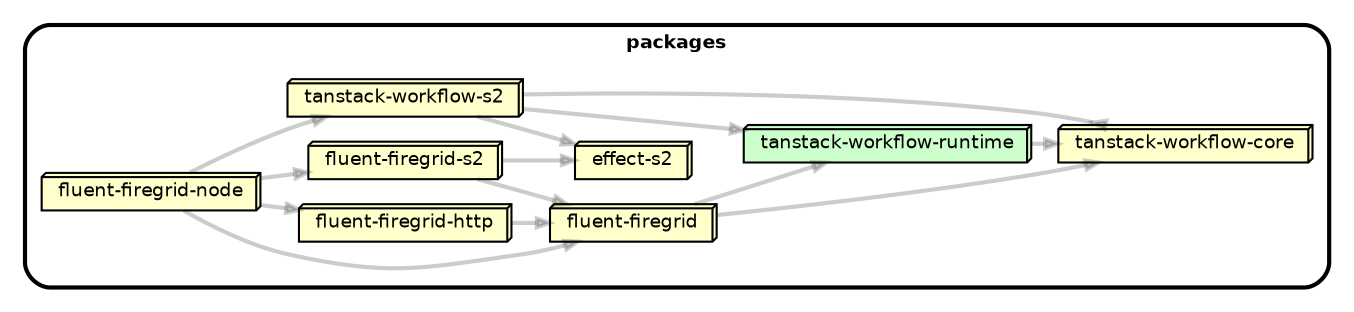
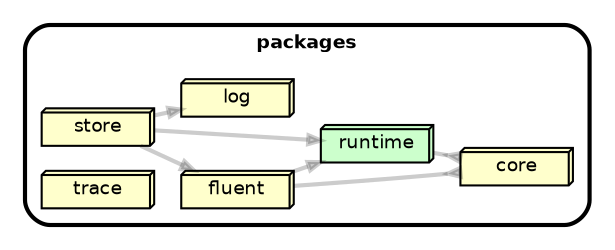
strict digraph "dependency-cruiser output"{
    rankdir="LR" splines="true" overlap="false" nodesep="0.16" ranksep="0.18" fontname="Helvetica-bold" fontsize="9" style="rounded,bold,filled" fillcolor="#ffffff" compound="true"
    node [shape="box" style="rounded, filled" height="0.2" color="black" fillcolor="#ffffcc" fontcolor="black" fontname="Helvetica" fontsize="9"]
    edge [arrowhead="normal" arrowsize="0.6" penwidth="2.0" color="#00000033" fontname="Helvetica" fontsize="9"]

-     subgraph "cluster_packages" {label="packages" "packages/effect-s2" [label=<effect-s2> tooltip="effect-s2" URL="packages/effect-s2" shape="box3d"] }
-     subgraph "cluster_packages" {label="packages" "packages/fluent-firegrid" [label=<fluent-firegrid> tooltip="fluent-firegrid" URL="packages/fluent-firegrid" shape="box3d"] }
-     "packages/fluent-firegrid" -> "packages/tanstack-workflow-core"
-     "packages/fluent-firegrid" -> "packages/tanstack-workflow-runtime"
-     subgraph "cluster_packages" {label="packages" "packages/fluent-firegrid-http" [label=<fluent-firegrid-http> tooltip="fluent-firegrid-http" URL="packages/fluent-firegrid-http" shape="box3d"] }
-     "packages/fluent-firegrid-http" -> "packages/fluent-firegrid"
-     subgraph "cluster_packages" {label="packages" "packages/fluent-firegrid-node" [label=<fluent-firegrid-node> tooltip="fluent-firegrid-node" URL="packages/fluent-firegrid-node" shape="box3d"] }
-     "packages/fluent-firegrid-node" -> "packages/fluent-firegrid"
-     "packages/fluent-firegrid-node" -> "packages/fluent-firegrid-http"
-     "packages/fluent-firegrid-node" -> "packages/fluent-firegrid-s2"
-     "packages/fluent-firegrid-node" -> "packages/tanstack-workflow-s2"
-     subgraph "cluster_packages" {label="packages" "packages/fluent-firegrid-s2" [label=<fluent-firegrid-s2> tooltip="fluent-firegrid-s2" URL="packages/fluent-firegrid-s2" shape="box3d"] }
-     "packages/fluent-firegrid-s2" -> "packages/fluent-firegrid"
-     "packages/fluent-firegrid-s2" -> "packages/effect-s2"
-     subgraph "cluster_packages" {label="packages" "packages/tanstack-workflow-core" [label=<tanstack-workflow-core> tooltip="tanstack-workflow-core" URL="packages/tanstack-workflow-core" shape="box3d"] }
-     subgraph "cluster_packages" {label="packages" "packages/tanstack-workflow-runtime" [label=<tanstack-workflow-runtime> tooltip="tanstack-workflow-runtime" URL="packages/tanstack-workflow-runtime" fillcolor="#ccffcc" shape="box3d"] }
-     "packages/tanstack-workflow-runtime" -> "packages/tanstack-workflow-core"
-     subgraph "cluster_packages" {label="packages" "packages/tanstack-workflow-s2" [label=<tanstack-workflow-s2> tooltip="tanstack-workflow-s2" URL="packages/tanstack-workflow-s2" shape="box3d"] }
-     "packages/tanstack-workflow-s2" -> "packages/effect-s2"
-     "packages/tanstack-workflow-s2" -> "packages/tanstack-workflow-runtime"
-     "packages/tanstack-workflow-s2" -> "packages/tanstack-workflow-core" [arrowhead="inv"]
+     subgraph "cluster_packages" {label="packages" "packages/core" [label=<core> tooltip="core" URL="packages/core" shape="box3d"] }
+     subgraph "cluster_packages" {label="packages" "packages/fluent" [label=<fluent> tooltip="fluent" URL="packages/fluent" shape="box3d"] }
+     "packages/fluent" -> "packages/runtime"
+     "packages/fluent" -> "packages/core" [arrowhead="inv"]
+     subgraph "cluster_packages" {label="packages" "packages/log" [label=<log> tooltip="log" URL="packages/log" shape="box3d"] }
+     subgraph "cluster_packages" {label="packages" "packages/runtime" [label=<runtime> tooltip="runtime" URL="packages/runtime" fillcolor="#ccffcc" shape="box3d"] }
+     "packages/runtime" -> "packages/core" [arrowhead="inv"]
+     subgraph "cluster_packages" {label="packages" "packages/store" [label=<store> tooltip="store" URL="packages/store" shape="box3d"] }
+     "packages/store" -> "packages/fluent"
+     "packages/store" -> "packages/log"
+     "packages/store" -> "packages/runtime"
+     subgraph "cluster_packages" {label="packages" "packages/trace" [label=<trace> tooltip="trace" URL="packages/trace" shape="box3d"] }
}
